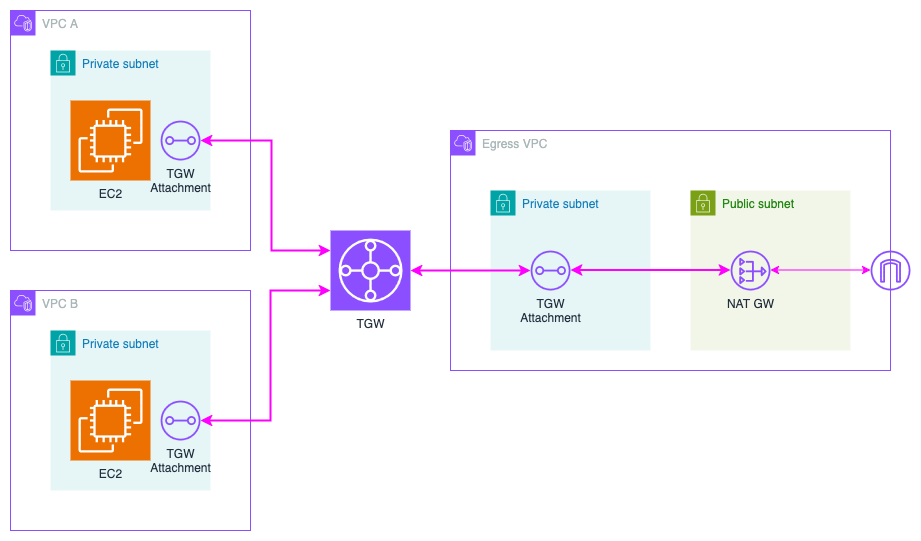
Michae1CC/aws-cdk-examples keeps this draw.io diagram as ans-c01-ex/img/ans-c01-ex-6.png. Above is the earlier version. Source tidied: cells renumbered, new cells last; positions are measured from the earlier drawing's top-left corner, leaving out a move shared by most shapes. The source it was exported from:
```xml
<mxGraphModel>
  <root>
    <mxCell id="0" />
    <mxCell id="1" parent="0" />
    <mxCell id="2" value="Private subnet" style="gradientColor=none;html=1;whiteSpace=wrap;fontSize=12;fontStyle=0;shape=mxgraph.aws4.group;grIcon=mxgraph.aws4.group_security_group;grStroke=0;strokeColor=#00A4A6;fillColor=#E6F6F7;verticalAlign=top;align=left;spacingLeft=30;fontColor=#147EBA;dashed=0;" parent="1" vertex="1">
      <mxGeometry x="480" y="180" width="160" height="160" as="geometry" />
    </mxCell>
    <mxCell id="3" value="Private subnet" style="gradientColor=none;html=1;whiteSpace=wrap;fontSize=12;fontStyle=0;shape=mxgraph.aws4.group;grIcon=mxgraph.aws4.group_security_group;grStroke=0;strokeColor=#00A4A6;fillColor=#E6F6F7;verticalAlign=top;align=left;spacingLeft=30;fontColor=#147EBA;dashed=0;" parent="1" vertex="1">
      <mxGeometry x="40" y="40" width="160" height="160" as="geometry" />
    </mxCell>
    <mxCell id="4" value="Private subnet" style="gradientColor=none;html=1;whiteSpace=wrap;fontSize=12;fontStyle=0;shape=mxgraph.aws4.group;grIcon=mxgraph.aws4.group_security_group;grStroke=0;strokeColor=#00A4A6;fillColor=#E6F6F7;verticalAlign=top;align=left;spacingLeft=30;fontColor=#147EBA;dashed=0;" parent="1" vertex="1">
      <mxGeometry x="40" y="320" width="160" height="160" as="geometry" />
    </mxCell>
    <mxCell id="5" value="VPC A" style="gradientColor=none;html=1;whiteSpace=wrap;fontSize=12;fontStyle=0;shape=mxgraph.aws4.group;grIcon=mxgraph.aws4.group_vpc2;strokeColor=#8C4FFF;fillColor=none;verticalAlign=top;align=left;spacingLeft=30;fontColor=#AAB7B8;dashed=0;" parent="1" vertex="1">
      <mxGeometry width="240" height="240" as="geometry" />
    </mxCell>
    <mxCell id="6" value="VPC B" style="gradientColor=none;html=1;whiteSpace=wrap;fontSize=12;fontStyle=0;shape=mxgraph.aws4.group;grIcon=mxgraph.aws4.group_vpc2;strokeColor=#8C4FFF;fillColor=none;verticalAlign=top;align=left;spacingLeft=30;fontColor=#AAB7B8;dashed=0;" parent="1" vertex="1">
      <mxGeometry y="280" width="240" height="240" as="geometry" />
    </mxCell>
    <mxCell id="7" value="Egress VPC" style="gradientColor=none;html=1;whiteSpace=wrap;fontSize=12;fontStyle=0;shape=mxgraph.aws4.group;grIcon=mxgraph.aws4.group_vpc2;strokeColor=#8C4FFF;fillColor=none;verticalAlign=top;align=left;spacingLeft=30;fontColor=#AAB7B8;dashed=0;" parent="1" vertex="1">
      <mxGeometry x="440" y="120" width="440" height="240" as="geometry" />
    </mxCell>
    <mxCell id="8" style="sketch=0;outlineConnect=0;fontColor=#232F3E;gradientColor=none;fillColor=#8C4FFF;strokeColor=none;dashed=0;verticalLabelPosition=bottom;verticalAlign=top;align=center;html=1;fontSize=12;fontStyle=0;shape=mxgraph.aws4.internet_gateway;" parent="1" vertex="1">
      <mxGeometry x="860" y="240" width="40" height="40" as="geometry" />
    </mxCell>
    <mxCell id="9" style="edgeStyle=orthogonalEdgeStyle;rounded=0;jettySize=auto;html=1;exitX=0;exitY=0.25;exitDx=0;exitDy=0;exitPerimeter=0;strokeColor=#FF00FF;startArrow=classic;startFill=1;strokeWidth=2;" parent="1" edge="1" source="12" target="14">
      <mxGeometry relative="1" as="geometry">
        <Array as="points">
          <mxPoint x="261" y="240" />
          <mxPoint x="261" y="130" />
        </Array>
      </mxGeometry>
    </mxCell>
    <mxCell id="10" style="edgeStyle=orthogonalEdgeStyle;rounded=0;jettySize=auto;html=1;exitX=0;exitY=0.75;exitDx=0;exitDy=0;exitPerimeter=0;strokeColor=#FF00FF;strokeWidth=2;startArrow=classic;startFill=1;" parent="1" edge="1" source="12" target="16">
      <mxGeometry relative="1" as="geometry">
        <Array as="points">
          <mxPoint x="260" y="280" />
          <mxPoint x="260" y="410" />
        </Array>
      </mxGeometry>
    </mxCell>
    <mxCell id="11" style="edgeStyle=orthogonalEdgeStyle;rounded=0;jettySize=auto;html=1;exitX=1;exitY=0.5;exitDx=0;exitDy=0;exitPerimeter=0;strokeColor=#FF00FF;strokeWidth=2;startArrow=classic;startFill=1;" parent="1" edge="1" source="12" target="18">
      <mxGeometry relative="1" as="geometry" />
    </mxCell>
    <mxCell id="12" value="TGW" style="sketch=0;points=[[0,0,0],[0.25,0,0],[0.5,0,0],[0.75,0,0],[1,0,0],[0,1,0],[0.25,1,0],[0.5,1,0],[0.75,1,0],[1,1,0],[0,0.25,0],[0,0.5,0],[0,0.75,0],[1,0.25,0],[1,0.5,0],[1,0.75,0]];outlineConnect=0;fontColor=#232F3E;fillColor=#8C4FFF;strokeColor=#ffffff;dashed=0;verticalLabelPosition=bottom;verticalAlign=top;align=center;html=1;fontSize=12;fontStyle=0;shape=mxgraph.aws4.resourceIcon;resIcon=mxgraph.aws4.transit_gateway;" parent="1" vertex="1">
      <mxGeometry x="320" y="220" width="80" height="80" as="geometry" />
    </mxCell>
    <mxCell id="13" value="EC2" style="sketch=0;fontColor=#232F3E;fillColor=#ED7100;strokeColor=#ffffff;dashed=0;verticalLabelPosition=bottom;verticalAlign=top;align=center;html=1;fontSize=12;fontStyle=0;shape=mxgraph.aws4.resourceIcon;resIcon=mxgraph.aws4.ec2;" parent="1" vertex="1">
      <mxGeometry x="60" y="90" width="80" height="80" as="geometry" />
    </mxCell>
    <mxCell id="14" value="TGW&lt;br&gt;Attachment" style="sketch=0;outlineConnect=0;fontColor=#232F3E;gradientColor=none;fillColor=#8C4FFF;strokeColor=none;dashed=0;verticalLabelPosition=bottom;verticalAlign=top;align=center;html=1;fontSize=12;fontStyle=0;shape=mxgraph.aws4.transit_gateway_attachment;" parent="1" vertex="1">
      <mxGeometry x="150" y="110" width="40" height="40" as="geometry" />
    </mxCell>
    <mxCell id="15" value="EC2" style="sketch=0;fontColor=#232F3E;fillColor=#ED7100;strokeColor=#ffffff;dashed=0;verticalLabelPosition=bottom;verticalAlign=top;align=center;html=1;fontSize=12;fontStyle=0;shape=mxgraph.aws4.resourceIcon;resIcon=mxgraph.aws4.ec2;" parent="1" vertex="1">
      <mxGeometry x="60" y="370" width="80" height="80" as="geometry" />
    </mxCell>
    <mxCell id="16" value="TGW&lt;br&gt;Attachment" style="sketch=0;outlineConnect=0;fontColor=#232F3E;gradientColor=none;fillColor=#8C4FFF;strokeColor=none;dashed=0;verticalLabelPosition=bottom;verticalAlign=top;align=center;html=1;fontSize=12;fontStyle=0;shape=mxgraph.aws4.transit_gateway_attachment;" parent="1" vertex="1">
      <mxGeometry x="150" y="390" width="40" height="40" as="geometry" />
    </mxCell>
    <mxCell id="17" value="Public subnet" style="gradientColor=none;html=1;whiteSpace=wrap;fontSize=12;fontStyle=0;shape=mxgraph.aws4.group;grIcon=mxgraph.aws4.group_security_group;grStroke=0;strokeColor=#7AA116;fillColor=#F2F6E8;verticalAlign=top;align=left;spacingLeft=30;fontColor=#248814;dashed=0;" parent="1" vertex="1">
      <mxGeometry x="680" y="180" width="160" height="160" as="geometry" />
    </mxCell>
    <mxCell id="18" value="TGW&lt;br&gt;Attachment" style="sketch=0;outlineConnect=0;fontColor=#232F3E;gradientColor=none;fillColor=#8C4FFF;strokeColor=none;dashed=0;verticalLabelPosition=bottom;verticalAlign=top;align=center;html=1;fontSize=12;fontStyle=0;shape=mxgraph.aws4.transit_gateway_attachment;" parent="1" vertex="1">
      <mxGeometry x="520" y="240" width="40" height="40" as="geometry" />
    </mxCell>
    <mxCell id="19" value="NAT GW" style="sketch=0;outlineConnect=0;fontColor=#232F3E;gradientColor=none;fillColor=#8C4FFF;strokeColor=none;dashed=0;verticalLabelPosition=bottom;verticalAlign=top;align=center;html=1;fontSize=12;fontStyle=0;shape=mxgraph.aws4.nat_gateway;" parent="1" vertex="1">
      <mxGeometry x="720" y="240" width="40" height="40" as="geometry" />
    </mxCell>
    <mxCell id="20" style="edgeStyle=orthogonalEdgeStyle;rounded=0;jettySize=auto;html=1;exitX=1;exitY=0.5;exitDx=0;exitDy=0;exitPerimeter=0;startArrow=classic;startFill=1;strokeWidth=2;strokeColor=#FF00FF;" parent="1" edge="1" target="19">
      <mxGeometry relative="1" as="geometry">
        <mxPoint x="560" y="259.5" as="sourcePoint" />
      </mxGeometry>
    </mxCell>
    <mxCell id="21" style="edgeStyle=orthogonalEdgeStyle;rounded=0;jettySize=auto;html=1;exitX=1;exitY=0.5;exitDx=0;exitDy=0;exitPerimeter=0;startArrow=classic;startFill=1;strokeColor=#FF00FF;" parent="1" edge="1" target="8">
      <mxGeometry relative="1" as="geometry">
        <mxPoint x="760" y="259.5" as="sourcePoint" />
      </mxGeometry>
    </mxCell>
  </root>
</mxGraphModel>
```
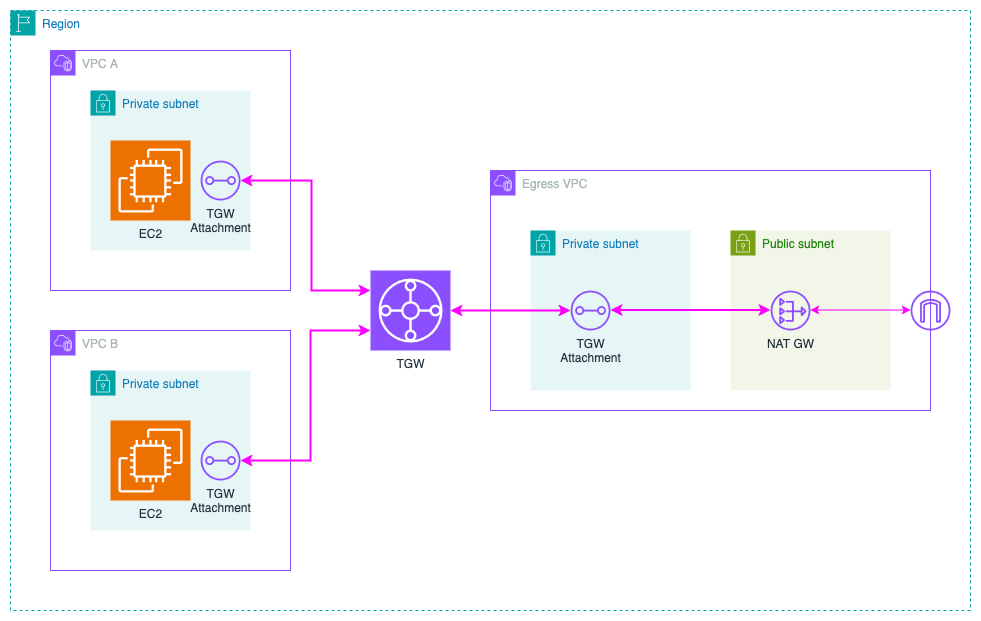
The same file after the commit.

Change to the diagram source:
```diff
@@ -76,5 +76,8 @@
         <mxPoint x="760" y="259.5" as="sourcePoint" />
       </mxGeometry>
     </mxCell>
+    <mxCell id="22" value="Region" style="gradientColor=none;html=1;whiteSpace=wrap;fontSize=12;fontStyle=0;shape=mxgraph.aws4.group;grIcon=mxgraph.aws4.group_region;strokeColor=#00A4A6;fillColor=none;verticalAlign=top;align=left;spacingLeft=30;fontColor=#147EBA;dashed=1;" parent="1" vertex="1">
+      <mxGeometry x="-40" y="-40" width="960" height="600" as="geometry" />
+    </mxCell>
   </root>
 </mxGraphModel>
```
